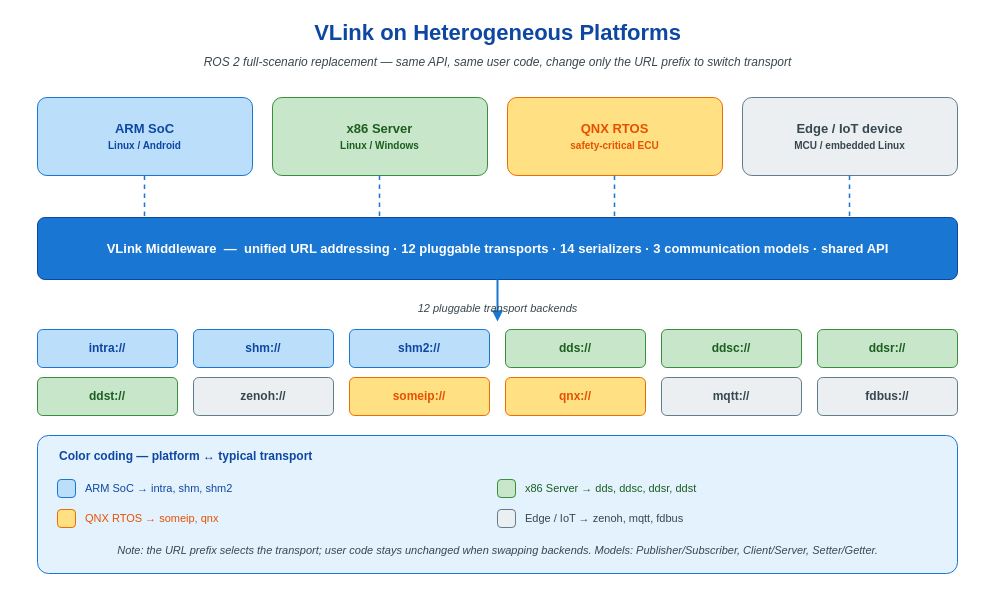
The draw.io diagram doc/images/foreword-heterogeneous-platform.drawio in thun-res/vlink, before the edit. Source tidied: cells renumbered, new cells numbered last; positions are measured from the earlier drawing's top-left corner, leaving out a move shared by most shapes. Both pictures are drawn from the tidied source at 100%, with x=0, y=0 at pixel (17, 17).
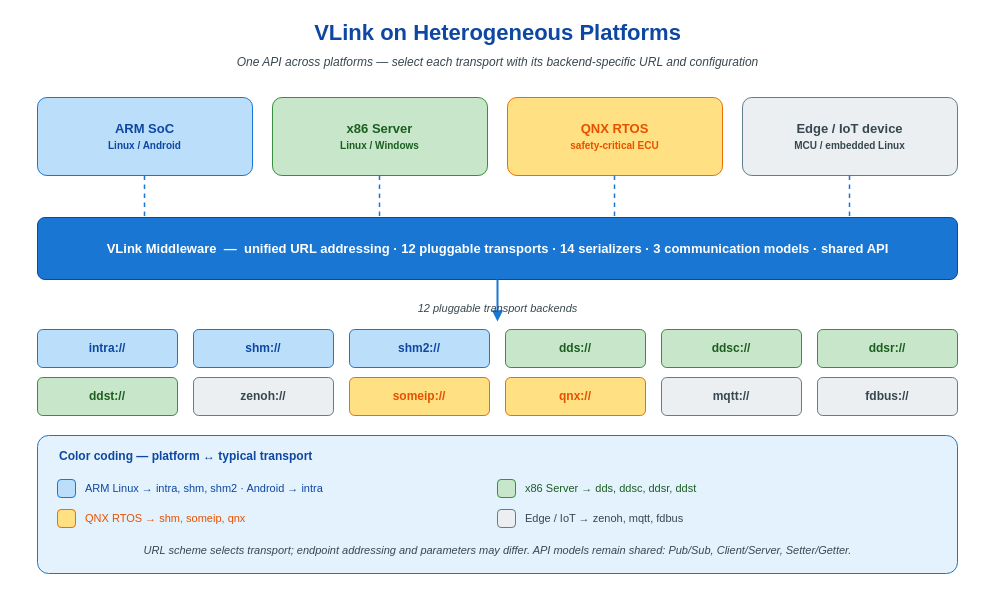
After the change.

Diff of the diagram source:
```diff
@@
-    <mxCell id="3" value="ROS 2 full-scenario replacement — same API, same user code, change only the URL prefix to switch transport" style="text;html=1;align=center;verticalAlign=middle;strokeColor=none;fillColor=none;fontFamily=Helvetica;fontSize=12;fontStyle=2;fontColor=#37474f;" parent="1" vertex="1">
+    <mxCell id="3" value="One API across platforms — select each transport with its backend-specific URL and configuration" style="text;html=1;align=center;verticalAlign=middle;strokeColor=none;fillColor=none;fontFamily=Helvetica;fontSize=12;fontStyle=2;fontColor=#37474f;" parent="1" vertex="1">
       <mxGeometry y="34" width="960" height="22" as="geometry" />
     </mxCell>
@@
-    <mxCell id="31" value="ARM SoC → intra, shm, shm2" style="text;html=1;align=left;verticalAlign=middle;strokeColor=none;fillColor=none;fontFamily=Helvetica;fontSize=11;fontColor=#0d47a1;" parent="1" vertex="1">
+    <mxCell id="31" value="ARM Linux → intra, shm, shm2 · Android → intra" style="text;html=1;align=left;verticalAlign=middle;strokeColor=none;fillColor=none;fontFamily=Helvetica;fontSize=11;fontColor=#0d47a1;" parent="1" vertex="1">
       <mxGeometry x="66" y="462" width="380" height="18" as="geometry" />
     </mxCell>
@@
-    <mxCell id="35" value="QNX RTOS → someip, qnx" style="text;html=1;align=left;verticalAlign=middle;strokeColor=none;fillColor=none;fontFamily=Helvetica;fontSize=11;fontColor=#e65100;" parent="1" vertex="1">
+    <mxCell id="35" value="QNX RTOS → shm, someip, qnx" style="text;html=1;align=left;verticalAlign=middle;strokeColor=none;fillColor=none;fontFamily=Helvetica;fontSize=11;fontColor=#e65100;" parent="1" vertex="1">
       <mxGeometry x="66" y="492" width="380" height="18" as="geometry" />
     </mxCell>
@@
-    <mxCell id="38" value="Note: the URL prefix selects the transport; user code stays unchanged when swapping backends. Models: Publisher/Subscriber, Client/Server, Setter/Getter." style="text;html=1;align=center;verticalAlign=middle;strokeColor=none;fillColor=none;fontFamily=Helvetica;fontSize=11;fontStyle=2;fontColor=#37474f;" parent="1" vertex="1">
+    <mxCell id="38" value="URL scheme selects transport; endpoint addressing and parameters may differ. API models remain shared: Pub/Sub, Client/Server, Setter/Getter." style="text;html=1;align=center;verticalAlign=middle;strokeColor=none;fillColor=none;fontFamily=Helvetica;fontSize=11;fontStyle=2;fontColor=#37474f;" parent="1" vertex="1">
       <mxGeometry x="40" y="522" width="880" height="22" as="geometry" />
     </mxCell>
```
